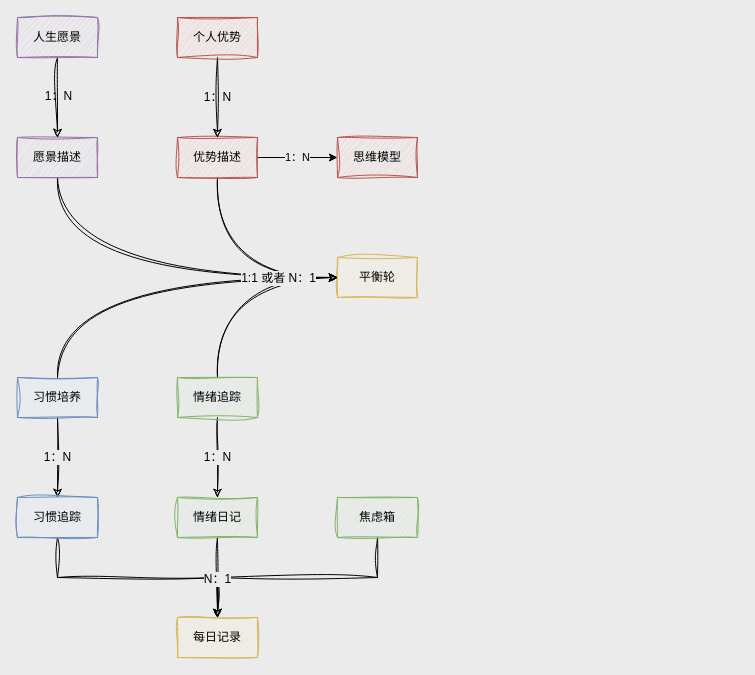
The draw.io diagram page "系统概念图" (4 of 10) of 人生重启计划.drawio in youyusan/life_system, before the edit. Source tidied: cells renumbered, new cells numbered last; positions are measured from the earlier drawing's top-left corner, leaving out a move shared by most shapes. Both pictures are drawn from the tidied source at 100%, with x=0, y=0 at pixel (17, 17).
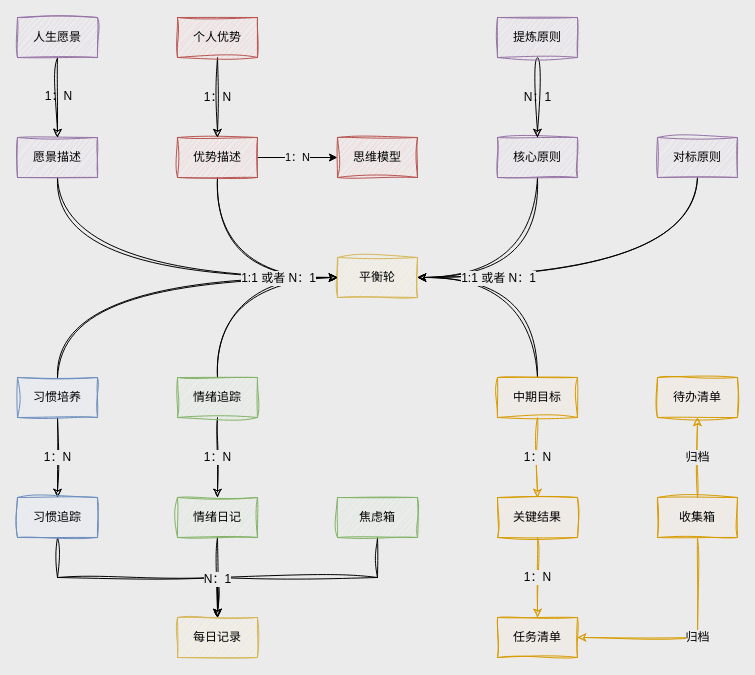
After the change.

Commit message:
更新人生重启计划.drawio

Unchanged cells that the change refers to:
```xml
<mxCell id="2" value="平衡轮" style="rounded=0;whiteSpace=wrap;html=1;sketch=1;jiggle=2;curveFitting=1;strokeColor=#d6b656;align=center;verticalAlign=middle;fontFamily=Helvetica;fontSize=12;fillColor=#fff2cc;" parent="1" vertex="1">
  <mxGeometry x="320" y="240" width="80" height="40" as="geometry" />
</mxCell>
```

The edit, as a diff of the source:
```diff
@@
+    <mxCell id="29" style="edgeStyle=orthogonalEdgeStyle;rounded=0;jettySize=auto;html=1;entryX=1;entryY=0.5;entryDx=0;entryDy=0;sketch=1;jiggle=2;curveFitting=1;strokeColor=default;align=center;verticalAlign=middle;fontFamily=Helvetica;fontSize=12;fontColor=default;labelBackgroundColor=default;endArrow=classic;curved=1;fillColor=default;" parent="1" edge="1" source="30" target="2">
+      <mxGeometry relative="1" as="geometry">
+        <Array as="points">
+          <mxPoint x="520" y="260" />
+        </Array>
+      </mxGeometry>
+    </mxCell>
+    <mxCell id="30" value="核心原则" style="rounded=0;whiteSpace=wrap;html=1;sketch=1;jiggle=2;curveFitting=1;strokeColor=#9673a6;align=center;verticalAlign=middle;fontFamily=Helvetica;fontSize=12;fillColor=#e1d5e7;" parent="1" vertex="1">
+      <mxGeometry x="480" y="120" width="80" height="40" as="geometry" />
+    </mxCell>
+    <mxCell id="31" value="N：1" style="edgeStyle=orthogonalEdgeStyle;rounded=0;jettySize=auto;html=1;sketch=1;jiggle=2;curveFitting=1;strokeColor=default;align=center;verticalAlign=middle;fontFamily=Helvetica;fontSize=12;fontColor=default;labelBackgroundColor=none;endArrow=classic;curved=1;fillColor=default;" parent="1" edge="1" source="32" target="30">
+      <mxGeometry relative="1" as="geometry" />
+    </mxCell>
+    <mxCell id="32" value="提炼原则" style="rounded=0;whiteSpace=wrap;html=1;sketch=1;jiggle=2;curveFitting=1;strokeColor=#9673a6;align=center;verticalAlign=middle;fontFamily=Helvetica;fontSize=12;fillColor=#e1d5e7;" parent="1" vertex="1">
+      <mxGeometry x="480" width="80" height="40" as="geometry" />
+    </mxCell>
+    <mxCell id="33" style="edgeStyle=orthogonalEdgeStyle;rounded=0;jettySize=auto;html=1;entryX=1;entryY=0.5;entryDx=0;entryDy=0;sketch=1;jiggle=2;curveFitting=1;strokeColor=default;align=center;verticalAlign=middle;fontFamily=Helvetica;fontSize=12;fontColor=default;labelBackgroundColor=default;endArrow=classic;curved=1;fillColor=default;" parent="1" edge="1" source="34" target="2">
+      <mxGeometry relative="1" as="geometry">
+        <Array as="points">
+          <mxPoint x="680" y="260" />
+        </Array>
+      </mxGeometry>
+    </mxCell>
+    <mxCell id="34" value="对标原则" style="rounded=0;whiteSpace=wrap;html=1;sketch=1;jiggle=2;curveFitting=1;strokeColor=#9673a6;align=center;verticalAlign=middle;fontFamily=Helvetica;fontSize=12;fillColor=#e1d5e7;" parent="1" vertex="1">
+      <mxGeometry x="640" y="120" width="80" height="40" as="geometry" />
+    </mxCell>
+    <mxCell id="35" value="1：N" style="edgeStyle=orthogonalEdgeStyle;rounded=0;jettySize=auto;html=1;sketch=1;jiggle=2;curveFitting=1;strokeColor=#d79b00;align=center;verticalAlign=middle;fontFamily=Helvetica;fontSize=12;fontColor=default;labelBackgroundColor=#EBEBEB;endArrow=classic;fillColor=#ffe6cc;" parent="1" edge="1" source="37" target="39">
+      <mxGeometry relative="1" as="geometry" />
+    </mxCell>
+    <mxCell id="36" style="edgeStyle=orthogonalEdgeStyle;shape=connector;rounded=0;sketch=1;jiggle=2;curveFitting=1;jettySize=auto;html=1;strokeColor=default;align=center;verticalAlign=middle;fontFamily=Helvetica;fontSize=12;fontColor=default;labelBackgroundColor=#EBEBEB;endArrow=classic;fillColor=default;curved=1;" parent="1" edge="1" source="37" target="2">
+      <mxGeometry relative="1" as="geometry">
+        <Array as="points">
+          <mxPoint x="520" y="260" />
+        </Array>
+      </mxGeometry>
+    </mxCell>
+    <mxCell id="37" value="中期目标" style="rounded=0;whiteSpace=wrap;html=1;sketch=1;jiggle=2;curveFitting=1;strokeColor=#d79b00;align=center;verticalAlign=middle;fontFamily=Helvetica;fontSize=12;fillColor=#ffe6cc;" parent="1" vertex="1">
+      <mxGeometry x="480" y="360" width="80" height="40" as="geometry" />
+    </mxCell>
+    <mxCell id="38" value="1：N" style="edgeStyle=orthogonalEdgeStyle;rounded=0;jettySize=auto;html=1;entryX=0.5;entryY=0;entryDx=0;entryDy=0;sketch=1;jiggle=2;curveFitting=1;strokeColor=#d79b00;align=center;verticalAlign=middle;fontFamily=Helvetica;fontSize=12;fontColor=default;labelBackgroundColor=#EBEBEB;endArrow=classic;fillColor=#ffe6cc;" parent="1" edge="1" source="39" target="40">
+      <mxGeometry relative="1" as="geometry" />
+    </mxCell>
+    <mxCell id="39" value="关键结果" style="rounded=0;whiteSpace=wrap;html=1;sketch=1;jiggle=2;curveFitting=1;strokeColor=#d79b00;align=center;verticalAlign=middle;fontFamily=Helvetica;fontSize=12;fillColor=#ffe6cc;" parent="1" vertex="1">
+      <mxGeometry x="480" y="480" width="80" height="40" as="geometry" />
+    </mxCell>
+    <mxCell id="40" value="任务清单" style="rounded=0;whiteSpace=wrap;html=1;sketch=1;jiggle=2;curveFitting=1;strokeColor=#d79b00;align=center;verticalAlign=middle;fontFamily=Helvetica;fontSize=12;fillColor=#ffe6cc;" parent="1" vertex="1">
+      <mxGeometry x="480" y="600" width="80" height="40" as="geometry" />
+    </mxCell>
+    <mxCell id="41" value="归档" style="edgeStyle=orthogonalEdgeStyle;shape=connector;rounded=0;sketch=1;jiggle=2;curveFitting=1;jettySize=auto;html=1;strokeColor=#d79b00;align=center;verticalAlign=middle;fontFamily=Helvetica;fontSize=12;fontColor=default;labelBackgroundColor=#EBEBEB;endArrow=classic;fillColor=#ffe6cc;" parent="1" edge="1" source="43" target="44">
+      <mxGeometry relative="1" as="geometry" />
+    </mxCell>
+    <mxCell id="42" value="归档" style="edgeStyle=orthogonalEdgeStyle;shape=connector;rounded=0;sketch=1;jiggle=2;curveFitting=1;jettySize=auto;html=1;entryX=1;entryY=0.5;entryDx=0;entryDy=0;strokeColor=#d79b00;align=center;verticalAlign=middle;fontFamily=Helvetica;fontSize=12;fontColor=default;labelBackgroundColor=#EBEBEB;endArrow=classic;fillColor=#ffe6cc;" parent="1" edge="1" source="43" target="40">
+      <mxGeometry x="-0.09" relative="1" as="geometry">
+        <Array as="points">
+          <mxPoint x="680" y="620" />
+        </Array>
+      </mxGeometry>
+    </mxCell>
+    <mxCell id="43" value="收集箱" style="rounded=0;whiteSpace=wrap;html=1;sketch=1;jiggle=2;curveFitting=1;strokeColor=#d79b00;align=center;verticalAlign=middle;fontFamily=Helvetica;fontSize=12;fillColor=#ffe6cc;" parent="1" vertex="1">
+      <mxGeometry x="640" y="480" width="80" height="40" as="geometry" />
+    </mxCell>
+    <mxCell id="44" value="待办清单" style="rounded=0;whiteSpace=wrap;html=1;sketch=1;jiggle=2;curveFitting=1;strokeColor=#d79b00;align=center;verticalAlign=middle;fontFamily=Helvetica;fontSize=12;fillColor=#ffe6cc;" parent="1" vertex="1">
+      <mxGeometry x="640" y="360" width="80" height="40" as="geometry" />
+    </mxCell>
+    <mxCell id="45" value="1:1 或者 N：1" style="edgeLabel;html=1;align=center;verticalAlign=middle;rounded=0;sketch=1;jiggle=2;curveFitting=1;strokeColor=default;fontFamily=Helvetica;fontSize=12;fontColor=default;fillColor=default;labelBackgroundColor=#EBEBEB;" parent="1" vertex="1">
+      <mxGeometry x="480" y="260" as="geometry" />
+    </mxCell>
```
